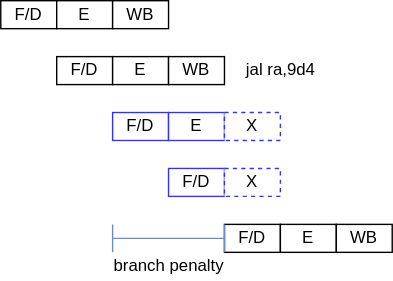
Above: images/branch.svg in kuopinghsu/srv32 (draw.io), before the change. Source tidied: cells renumbered, new cells last; positions are measured from the earlier drawing's top-left corner, leaving out a move shared by most shapes.
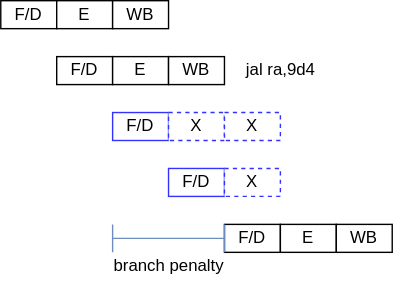
After the change.

What changed in the source:
```diff
@@ -41,7 +41,7 @@
     <mxCell id="14" value="F/D" style="rounded=0;whiteSpace=wrap;html=1;strokeColor=#3333FF;" parent="1" vertex="1">
       <mxGeometry x="80" y="80" width="40" height="20" as="geometry" />
     </mxCell>
-    <mxCell id="15" value="E" style="rounded=0;whiteSpace=wrap;html=1;strokeColor=#3333FF;" parent="1" vertex="1">
+    <mxCell id="15" value="X" style="rounded=0;whiteSpace=wrap;html=1;strokeColor=#3333FF;dashed=1;" parent="1" vertex="1">
       <mxGeometry x="120" y="80" width="40" height="20" as="geometry" />
     </mxCell>
     <mxCell id="16" value="X" style="rounded=0;whiteSpace=wrap;html=1;strokeColor=#3333FF;dashed=1;" parent="1" vertex="1">
```
